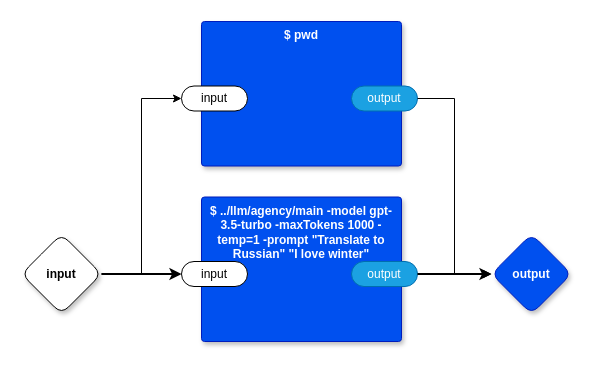
Before: src/demo_agency.drawio in guitarvydas/0dproto, a draw.io diagram. Source tidied: cells renumbered, new cells numbered last; positions are measured from the earlier drawing's top-left corner, leaving out a move shared by most shapes. Both pictures are drawn from the tidied source at 100%, with x=0, y=0 at pixel (21, 21).
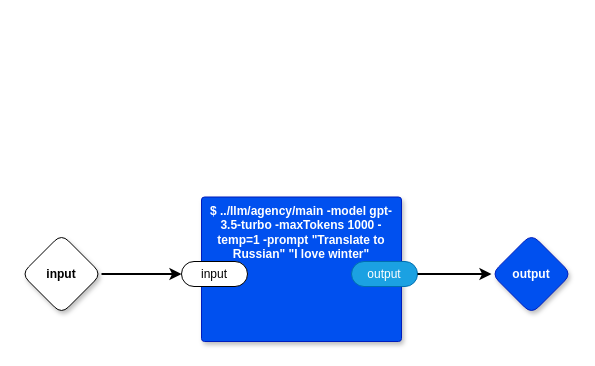
Above is the later version.

Diff of the diagram source:
```diff
@@
 <mxGraphModel>
   <root>
     <mxCell id="0" />
     <mxCell id="1" parent="0" />
     <mxCell id="2" style="edgeStyle=orthogonalEdgeStyle;rounded=0;jettySize=auto;html=1;exitX=1;exitY=0.5;exitDx=0;exitDy=0;exitPerimeter=0;strokeWidth=2;" parent="1" edge="1" source="4" target="7">
       <mxGeometry relative="1" as="geometry" />
     </mxCell>
-    <mxCell id="3" style="edgeStyle=orthogonalEdgeStyle;rounded=0;jettySize=auto;html=1;exitX=1;exitY=0.5;exitDx=0;exitDy=0;exitPerimeter=0;entryX=0;entryY=0.5;entryDx=0;entryDy=0;entryPerimeter=0;" parent="1" edge="1" source="4" target="11">
-      <mxGeometry relative="1" as="geometry" />
-    </mxCell>
     <mxCell id="4" value="input" style="rhombus;whiteSpace=wrap;html=1;rounded=1;fontStyle=1;glass=0;sketch=0;fontSize=12;points=[[0,0.5,0,0,0],[0.5,0,0,0,0],[0.5,1,0,0,0],[1,0.5,0,0,0]];shadow=1;" parent="1" vertex="1">
       <mxGeometry y="212.5" width="80" height="80" as="geometry" />
     </mxCell>
     <mxCell id="5" value="output" style="rhombus;whiteSpace=wrap;html=1;rounded=1;fillColor=#0050ef;fontColor=#ffffff;strokeColor=#001DBC;fontStyle=1;glass=0;sketch=0;fontSize=12;points=[[0,0.5,0,0,0],[0.5,0,0,0,0],[0.5,1,0,0,0],[1,0.5,0,0,0]];shadow=1;" parent="1" vertex="1">
       <mxGeometry x="470" y="212.5" width="80" height="80" as="geometry" />
     </mxCell>
     <mxCell id="6" value="$ ../llm/agency/main -model gpt-3.5-turbo -maxTokens 1000 -temp=1 -prompt &quot;Translate to Russian&quot; &quot;I love winter&quot;" style="rounded=1;whiteSpace=wrap;html=1;sketch=0;verticalAlign=top;arcSize=6;fontStyle=1;absoluteArcSize=1;shadow=1;strokeColor=#001DBC;fillColor=#0050ef;fontColor=#ffffff;" parent="1" vertex="1">
       <mxGeometry x="180" y="175.5" width="200" height="144.5" as="geometry" />
     </mxCell>
     <mxCell id="7" value="input" style="rounded=1;whiteSpace=wrap;html=1;sketch=0;points=[[0,0.5,0,0,0],[1,0.5,0,0,0]];arcSize=50;" parent="6" vertex="1">
       <mxGeometry x="-20" y="64.5" width="66" height="25" as="geometry" />
     </mxCell>
     <mxCell id="8" value="output" style="rounded=1;whiteSpace=wrap;html=1;sketch=0;points=[[0,0.5,0,0,0],[1,0.5,0,0,0]];fillColor=#1ba1e2;fontColor=#ffffff;strokeColor=#006EAF;arcSize=50;" parent="6" vertex="1">
       <mxGeometry x="150" y="64.5" width="66" height="25" as="geometry" />
     </mxCell>
     <mxCell id="9" style="edgeStyle=orthogonalEdgeStyle;rounded=0;jettySize=auto;html=1;entryX=0;entryY=0.5;entryDx=0;entryDy=0;entryPerimeter=0;strokeWidth=2;" parent="1" edge="1" source="8" target="5">
       <mxGeometry relative="1" as="geometry" />
     </mxCell>
-    <mxCell id="10" value="$ pwd" style="rounded=1;whiteSpace=wrap;html=1;sketch=0;verticalAlign=top;arcSize=6;fontStyle=1;absoluteArcSize=1;shadow=1;strokeColor=#001DBC;fillColor=#0050ef;fontColor=#ffffff;" parent="1" vertex="1">
-      <mxGeometry x="180" width="200" height="144.5" as="geometry" />
-    </mxCell>
-    <mxCell id="11" value="input" style="rounded=1;whiteSpace=wrap;html=1;sketch=0;points=[[0,0.5,0,0,0],[1,0.5,0,0,0]];arcSize=50;" parent="10" vertex="1">
-      <mxGeometry x="-20" y="64.5" width="66" height="25" as="geometry" />
-    </mxCell>
-    <mxCell id="12" value="output" style="rounded=1;whiteSpace=wrap;html=1;sketch=0;points=[[0,0.5,0,0,0],[1,0.5,0,0,0]];fillColor=#1ba1e2;fontColor=#ffffff;strokeColor=#006EAF;arcSize=50;" parent="10" vertex="1">
-      <mxGeometry x="150" y="64.5" width="66" height="25" as="geometry" />
-    </mxCell>
-    <mxCell id="13" style="edgeStyle=orthogonalEdgeStyle;rounded=0;jettySize=auto;html=1;exitX=1;exitY=0.5;exitDx=0;exitDy=0;exitPerimeter=0;entryX=0;entryY=0.5;entryDx=0;entryDy=0;entryPerimeter=0;" parent="1" edge="1" source="12" target="5">
-      <mxGeometry relative="1" as="geometry" />
-    </mxCell>
   </root>
 </mxGraphModel>
```
